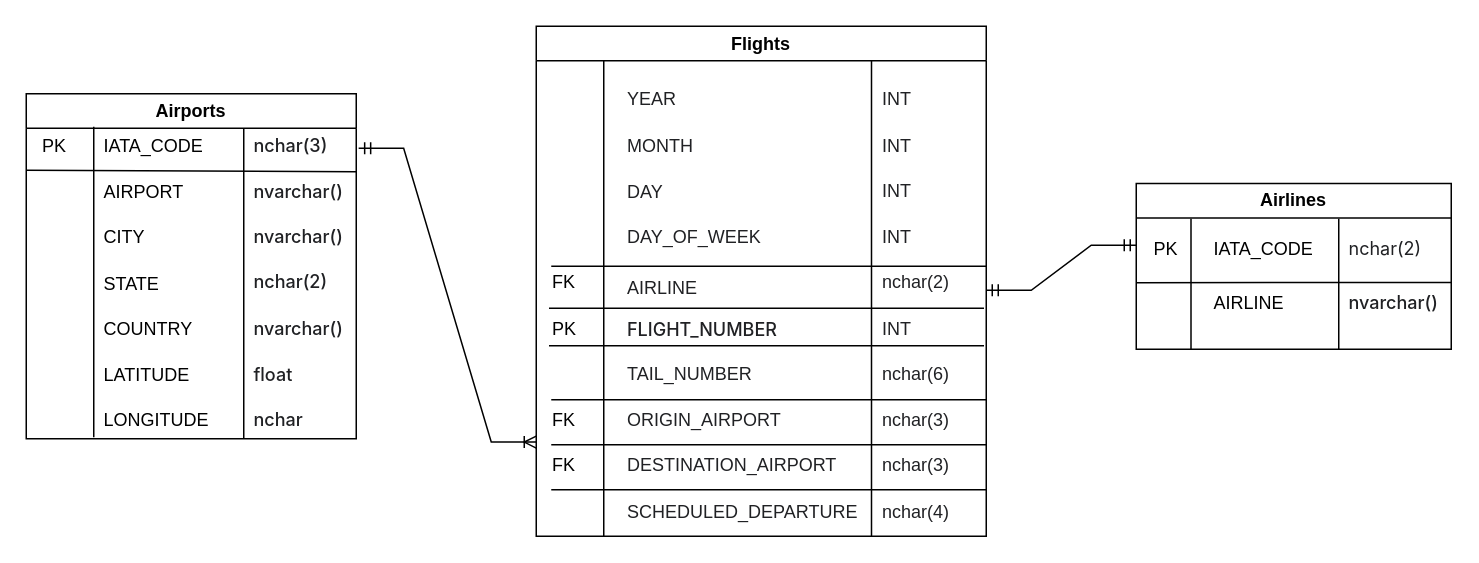
Before: lab1/task1_ER_diagram.drawio in Tew1s/bigdatalabs, a draw.io diagram. Source tidied: cells renumbered, new cells numbered last; positions are measured from the earlier drawing's top-left corner, leaving out a move shared by most shapes. Both pictures are drawn from the tidied source at 150%, with x=0, y=0 at pixel (26, 26).
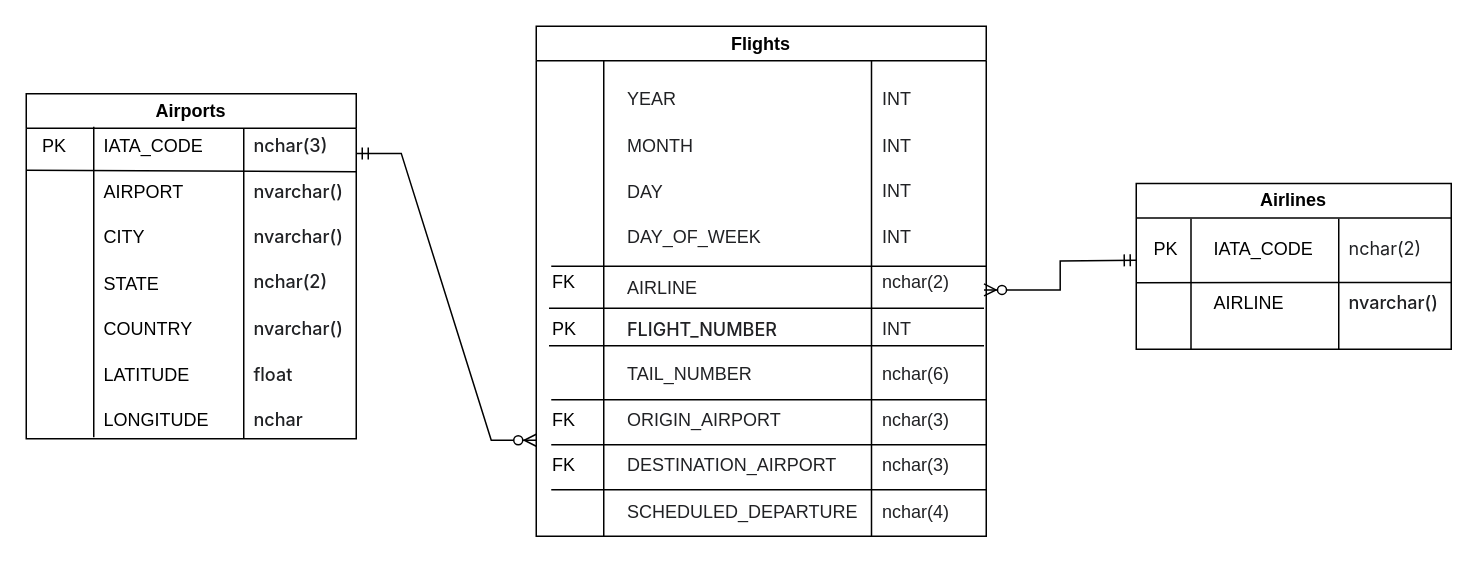
After the change.

The change refers to these unchanged cells:
```xml
<mxCell id="23" value="&lt;font size=&quot;1&quot; color=&quot;#202124&quot;&gt;&lt;span style=&quot;background-color: rgb(255, 255, 255); font-size: 12px;&quot;&gt;nchar(2)&lt;/span&gt;&lt;/font&gt;" style="text;whiteSpace=wrap;html=1;fontFamily=Helvetica;" parent="2" vertex="1">
  <mxGeometry x="228.5" y="157" width="70" height="25" as="geometry" />
</mxCell>
<mxCell id="46" value="&lt;span style=&quot;color: rgb(32, 33, 36); font-family: Inter, sans-serif; font-size: 12px; font-style: normal; font-variant-ligatures: normal; font-variant-caps: normal; font-weight: 500; letter-spacing: normal; orphans: 2; text-align: left; text-indent: 0px; text-transform: none; widows: 2; word-spacing: 0px; -webkit-text-stroke-width: 0px; background-color: rgb(255, 255, 255); text-decoration-thickness: initial; text-decoration-style: initial; text-decoration-color: initial; float: none; display: inline !important;&quot;&gt;nchar(3)&lt;/span&gt;" style="text;whiteSpace=wrap;html=1;" parent="35" vertex="1">
  <mxGeometry x="150" y="21" width="70" height="25" as="geometry" />
</mxCell>
```

The edit, as a diff of the source:
```diff
@@
-    <mxCell id="63" style="edgeStyle=entityRelationEdgeStyle;fontSize=12;html=1;endArrow=ERoneToMany;startArrow=ERmandOne;rounded=0;exitX=1.023;exitY=0.614;exitDx=0;exitDy=0;exitPerimeter=0;" parent="1" edge="1" source="46">
-      <mxGeometry relative="1" as="geometry">
-        <mxPoint x="340" y="277.2" as="targetPoint" />
-      </mxGeometry>
-    </mxCell>
-    <mxCell id="64" style="edgeStyle=entityRelationEdgeStyle;fontSize=12;html=1;endArrow=ERmandOne;startArrow=ERmandOne;rounded=0;" parent="1" edge="1">
-      <mxGeometry relative="1" as="geometry">
-        <mxPoint x="640" y="176" as="sourcePoint" />
-        <mxPoint x="740" y="146" as="targetPoint" />
-      </mxGeometry>
-    </mxCell>
+    <mxCell id="65" style="edgeStyle=entityRelationEdgeStyle;fontSize=12;html=1;endArrow=ERzeroToMany;startArrow=ERmandOne;rounded=0;exitX=1;exitY=0.75;exitDx=0;exitDy=0;" parent="1" edge="1" source="46">
+      <mxGeometry relative="1" as="geometry">
+        <mxPoint x="340" y="276" as="targetPoint" />
+        <Array as="points">
+          <mxPoint x="210" y="386" />
+        </Array>
+      </mxGeometry>
+    </mxCell>
+    <mxCell id="66" style="edgeStyle=orthogonalEdgeStyle;fontSize=12;html=1;endArrow=ERzeroToMany;startArrow=ERmandOne;rounded=0;entryX=1;entryY=0.75;entryDx=0;entryDy=0;" parent="1" edge="1" target="23">
+      <mxGeometry relative="1" as="geometry">
+        <mxPoint x="740" y="156" as="sourcePoint" />
+      </mxGeometry>
+    </mxCell>
```
